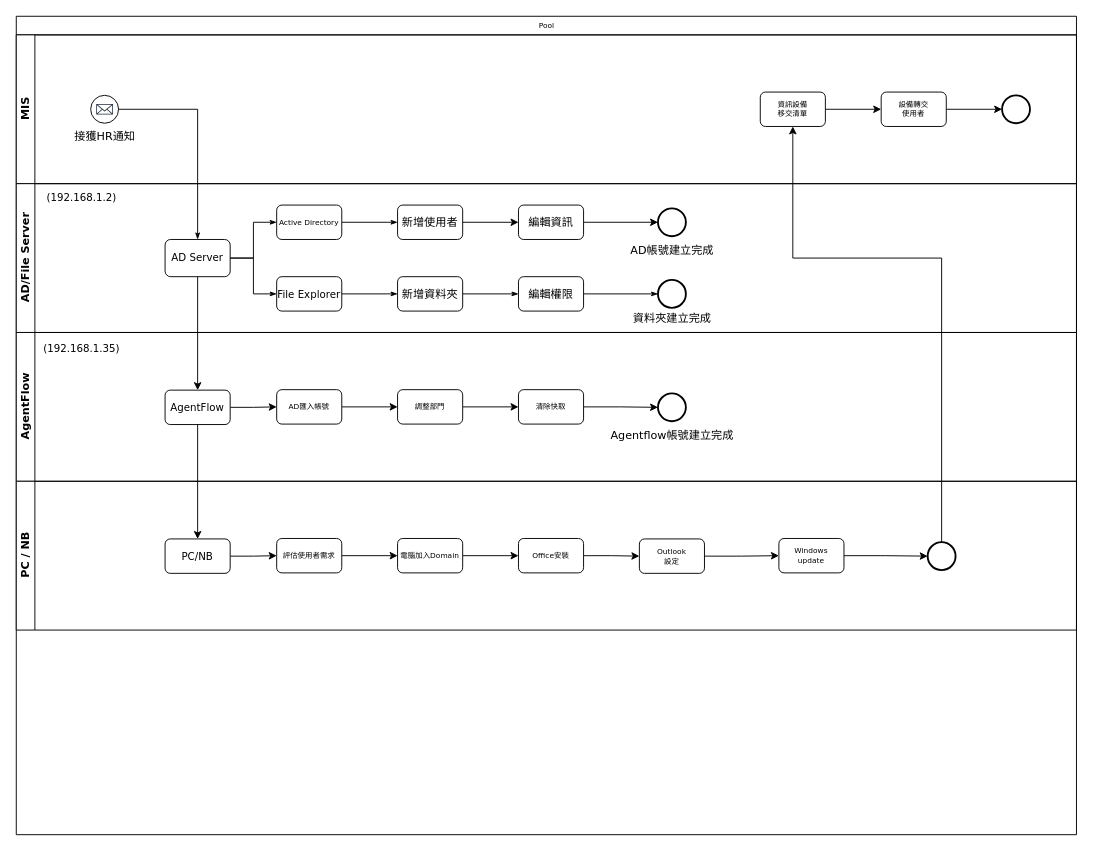
This is 未命名绘图.drawio from LoTzuTing/tomato, a draw.io file, before an edit. Source tidied: cells renumbered, new cells numbered last; positions are measured from the earlier drawing's top-left corner, leaving out a move shared by most shapes. Both pictures are drawn from the tidied source at 93%, with x=0, y=0 at pixel (16, 16).
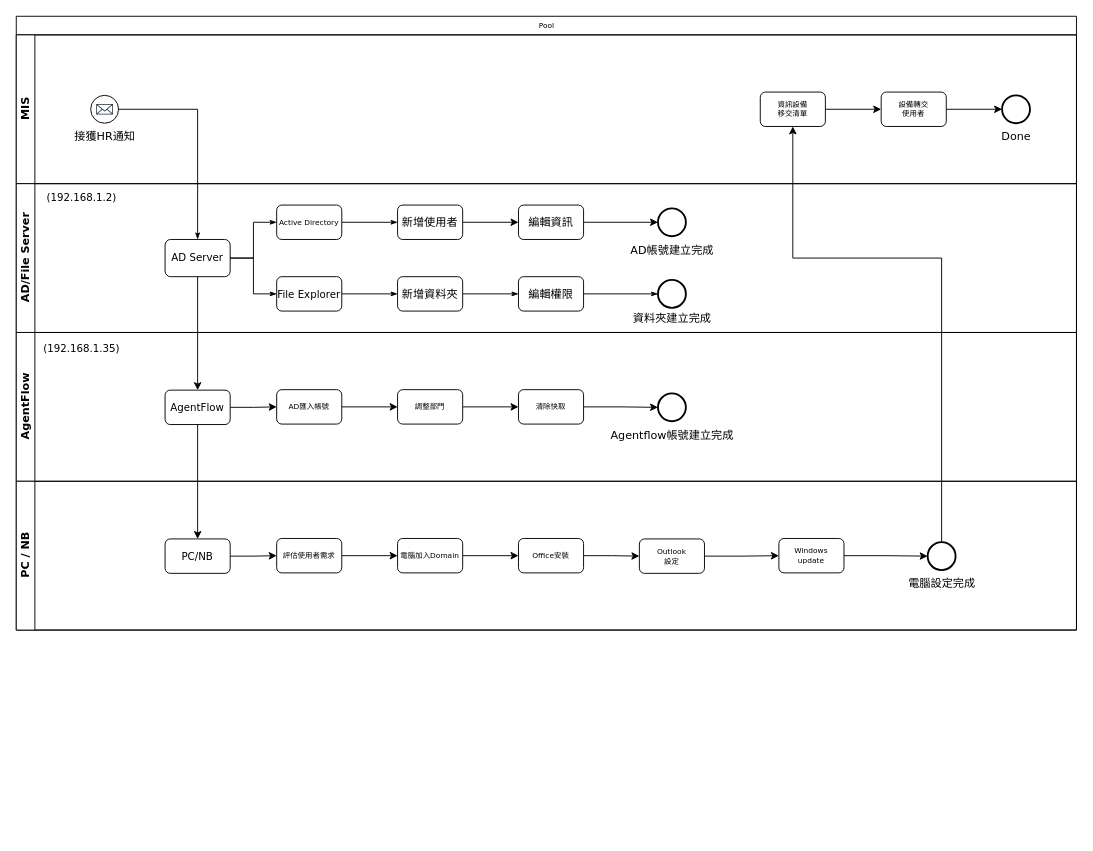
After the change.

Commit message:
更新未命名绘图.drawio

The change refers to these unchanged cells:
```xml
<mxCell id="3" value="MIS" style="swimlane;html=1;startSize=20;horizontal=0;fontFamily=Verdana;fontStyle=1;" parent="2" vertex="1">
  <mxGeometry y="20" width="1140" height="160" as="geometry" />
</mxCell>
<mxCell id="47" value="PC / NB" style="swimlane;html=1;startSize=20;horizontal=0;fontFamily=Verdana;fontStyle=1;" parent="2" vertex="1">
  <mxGeometry y="500" width="1140" height="160" as="geometry" />
</mxCell>
```

The edit, as a diff of the source:
```diff
@@
     <mxCell id="2" value="Pool" style="swimlane;html=1;horizontal=1;startSize=20;rounded=0;shadow=0;labelBackgroundColor=none;strokeWidth=1;fontFamily=Verdana;fontSize=8;align=center;fontStyle=0;" parent="1" vertex="1">
-      <mxGeometry width="1140" height="880" as="geometry" />
+      <mxGeometry width="1140" height="660" as="geometry" />
     </mxCell>
@@
+    <mxCell id="63" value="Done" style="text;html=1;align=center;verticalAlign=middle;strokeColor=none;fillColor=none;fontSize=12;fontFamily=Verdana;" parent="3" vertex="1">
+      <mxGeometry x="1050" y="95" width="50" height="30" as="geometry" />
+    </mxCell>
@@
+    <mxCell id="64" value="電腦設定完成" style="text;html=1;align=center;verticalAlign=middle;strokeColor=none;fillColor=none;fontSize=12;fontFamily=Verdana;" parent="47" vertex="1">
+      <mxGeometry x="945" y="95" width="100" height="30" as="geometry" />
+    </mxCell>
```
